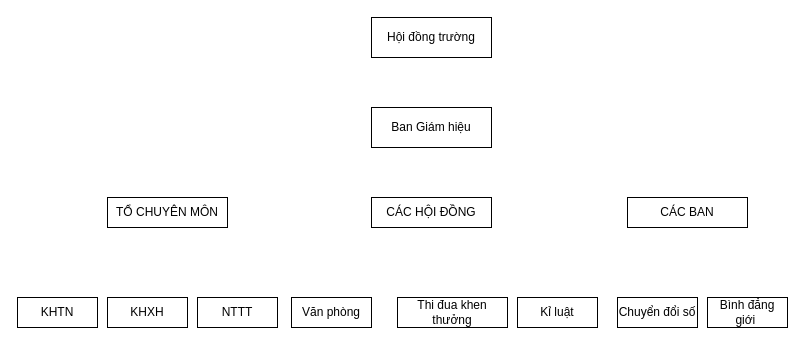
The draw.io diagram so-do-to-chuc-bo-may.drawio in huyle84/diagrams, before the edit. Source tidied: cells renumbered, new cells numbered last; positions are measured from the earlier drawing's top-left corner, leaving out a move shared by most shapes. Both pictures are drawn from the tidied source at 100%, with x=0, y=0 at pixel (17, 17).
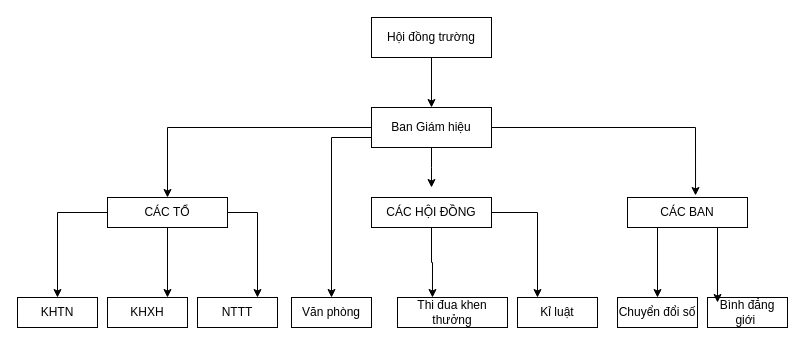
The same page after the edit.

Unchanged cells that the change refers to:
```xml
<mxCell id="2" value="KHTN" style="rounded=0;whiteSpace=wrap;html=1;" parent="1" vertex="1">
  <mxGeometry y="280" width="80" height="30" as="geometry" />
</mxCell>
<mxCell id="4" value="Hội đồng trường" style="rounded=0;whiteSpace=wrap;html=1;" parent="1" vertex="1">
  <mxGeometry x="354" width="120" height="40" as="geometry" />
</mxCell>
<mxCell id="5" value="Ban Giám hiệu" style="rounded=0;whiteSpace=wrap;html=1;" parent="1" vertex="1">
  <mxGeometry x="354" y="90" width="120" height="40" as="geometry" />
</mxCell>
<mxCell id="6" value="CÁC HỘI ĐỒNG" style="rounded=0;whiteSpace=wrap;html=1;" parent="1" vertex="1">
  <mxGeometry x="354" y="180" width="120" height="30" as="geometry" />
</mxCell>
<mxCell id="7" value="KHXH" style="rounded=0;whiteSpace=wrap;html=1;" parent="1" vertex="1">
  <mxGeometry x="90" y="280" width="80" height="30" as="geometry" />
</mxCell>
<mxCell id="8" value="NTTT" style="rounded=0;whiteSpace=wrap;html=1;" parent="1" vertex="1">
  <mxGeometry x="180" y="280" width="80" height="30" as="geometry" />
</mxCell>
<mxCell id="9" value="Văn phòng" style="rounded=0;whiteSpace=wrap;html=1;" parent="1" vertex="1">
  <mxGeometry x="274" y="280" width="80" height="30" as="geometry" />
</mxCell>
<mxCell id="10" value="Thi đua khen thưởng" style="rounded=0;whiteSpace=wrap;html=1;" parent="1" vertex="1">
  <mxGeometry x="380" y="280" width="110" height="30" as="geometry" />
</mxCell>
<mxCell id="11" value="Kỉ luật" style="rounded=0;whiteSpace=wrap;html=1;" parent="1" vertex="1">
  <mxGeometry x="500" y="280" width="80" height="30" as="geometry" />
</mxCell>
<mxCell id="12" value="CÁC BAN" style="rounded=0;whiteSpace=wrap;html=1;" parent="1" vertex="1">
  <mxGeometry x="610" y="180" width="120" height="30" as="geometry" />
</mxCell>
<mxCell id="13" value="Chuyển đổi số" style="rounded=0;whiteSpace=wrap;html=1;" parent="1" vertex="1">
  <mxGeometry x="600" y="280" width="80" height="30" as="geometry" />
</mxCell>
<mxCell id="14" value="Bình đẳng giới&amp;nbsp;" style="rounded=0;whiteSpace=wrap;html=1;" parent="1" vertex="1">
  <mxGeometry x="690" y="280" width="80" height="30" as="geometry" />
</mxCell>
```

What changed in the source:
```diff
@@
+    <mxCell id="15" style="edgeStyle=orthogonalEdgeStyle;rounded=0;jettySize=auto;html=1;entryX=0.5;entryY=0;entryDx=0;entryDy=0;" parent="1" edge="1" source="3" target="2">
+      <mxGeometry relative="1" as="geometry" />
+    </mxCell>
+    <mxCell id="16" style="edgeStyle=orthogonalEdgeStyle;rounded=0;jettySize=auto;html=1;exitX=1;exitY=0.5;exitDx=0;exitDy=0;entryX=0.75;entryY=0;entryDx=0;entryDy=0;" parent="1" edge="1" source="3" target="8">
+      <mxGeometry relative="1" as="geometry" />
+    </mxCell>
+    <mxCell id="17" style="edgeStyle=orthogonalEdgeStyle;rounded=0;jettySize=auto;html=1;exitX=0.5;exitY=1;exitDx=0;exitDy=0;entryX=0.75;entryY=0;entryDx=0;entryDy=0;" parent="1" edge="1" source="3" target="7">
+      <mxGeometry relative="1" as="geometry" />
+    </mxCell>
-    <mxCell id="3" value="TỔ CHUYÊN MÔN" style="rounded=0;whiteSpace=wrap;html=1;" parent="1" vertex="1">
+    <mxCell id="3" value="CÁC TỔ" style="rounded=0;whiteSpace=wrap;html=1;" parent="1" vertex="1">
       <mxGeometry x="90" y="180" width="120" height="30" as="geometry" />
     </mxCell>
+    <mxCell id="18" style="edgeStyle=orthogonalEdgeStyle;rounded=0;jettySize=auto;html=1;exitX=0.5;exitY=1;exitDx=0;exitDy=0;entryX=0.5;entryY=0;entryDx=0;entryDy=0;" parent="1" edge="1" source="4" target="5">
+      <mxGeometry relative="1" as="geometry" />
+    </mxCell>
@@
+    <mxCell id="19" style="edgeStyle=orthogonalEdgeStyle;rounded=0;jettySize=auto;html=1;entryX=0.5;entryY=0;entryDx=0;entryDy=0;" parent="1" edge="1" source="5" target="3">
+      <mxGeometry relative="1" as="geometry" />
+    </mxCell>
+    <mxCell id="20" style="edgeStyle=orthogonalEdgeStyle;rounded=0;jettySize=auto;html=1;exitX=0.5;exitY=1;exitDx=0;exitDy=0;" parent="1" edge="1" source="5">
+      <mxGeometry relative="1" as="geometry">
+        <mxPoint x="414" y="170" as="targetPoint" />
+      </mxGeometry>
+    </mxCell>
+    <mxCell id="21" style="edgeStyle=orthogonalEdgeStyle;rounded=0;jettySize=auto;html=1;exitX=0;exitY=0.75;exitDx=0;exitDy=0;" parent="1" edge="1" source="5" target="9">
+      <mxGeometry relative="1" as="geometry" />
+    </mxCell>
@@
+    <mxCell id="22" style="edgeStyle=orthogonalEdgeStyle;rounded=0;jettySize=auto;html=1;entryX=0.25;entryY=0;entryDx=0;entryDy=0;" parent="1" edge="1" source="6" target="11">
+      <mxGeometry relative="1" as="geometry" />
+    </mxCell>
@@
+    <mxCell id="23" style="edgeStyle=orthogonalEdgeStyle;rounded=0;jettySize=auto;html=1;exitX=0.25;exitY=1;exitDx=0;exitDy=0;entryX=0.5;entryY=0;entryDx=0;entryDy=0;" parent="1" edge="1" source="12" target="13">
+      <mxGeometry relative="1" as="geometry" />
+    </mxCell>
@@
+    <mxCell id="24" style="edgeStyle=orthogonalEdgeStyle;rounded=0;jettySize=auto;html=1;exitX=1;exitY=0.5;exitDx=0;exitDy=0;entryX=0.567;entryY=-0.067;entryDx=0;entryDy=0;entryPerimeter=0;" parent="1" edge="1" source="5" target="12">
+      <mxGeometry relative="1" as="geometry" />
+    </mxCell>
+    <mxCell id="25" style="edgeStyle=orthogonalEdgeStyle;rounded=0;jettySize=auto;html=1;exitX=0.5;exitY=1;exitDx=0;exitDy=0;entryX=0.318;entryY=0;entryDx=0;entryDy=0;entryPerimeter=0;" parent="1" edge="1" source="6" target="10">
+      <mxGeometry relative="1" as="geometry" />
+    </mxCell>
+    <mxCell id="26" style="edgeStyle=orthogonalEdgeStyle;rounded=0;jettySize=auto;html=1;exitX=0.75;exitY=1;exitDx=0;exitDy=0;entryX=0.125;entryY=0.167;entryDx=0;entryDy=0;entryPerimeter=0;" parent="1" edge="1" source="12" target="14">
+      <mxGeometry relative="1" as="geometry" />
+    </mxCell>
```
